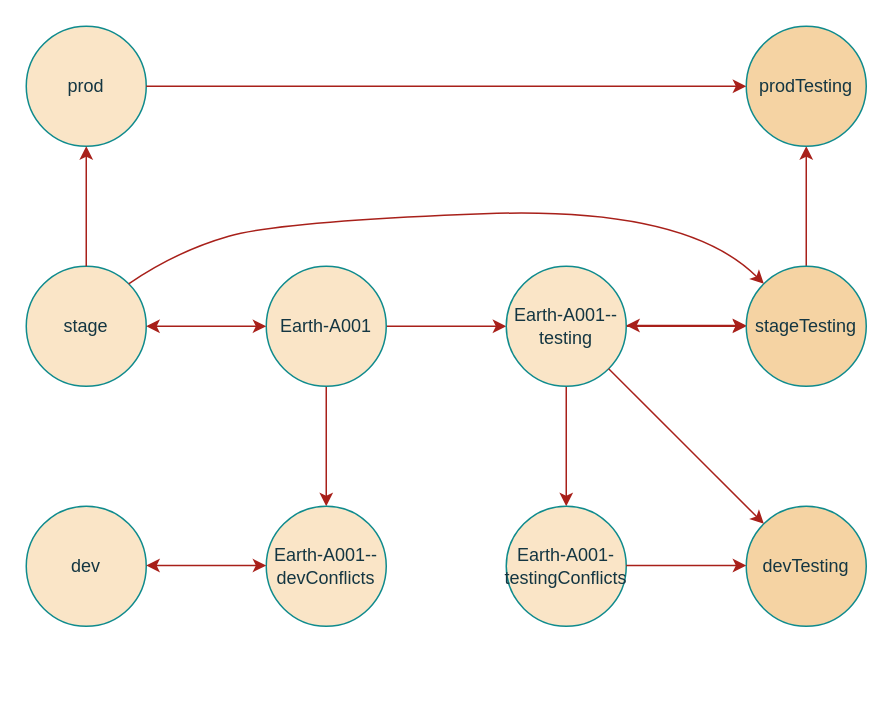
Above: branch.drawio in jprasuk112/Diagrams (draw.io), before the change. Source tidied: cells renumbered, new cells numbered last; positions are measured from the earlier drawing's top-left corner, leaving out a move shared by most shapes. Both pictures are drawn from the tidied source at 150%, with x=0, y=0 at pixel (26, 26).
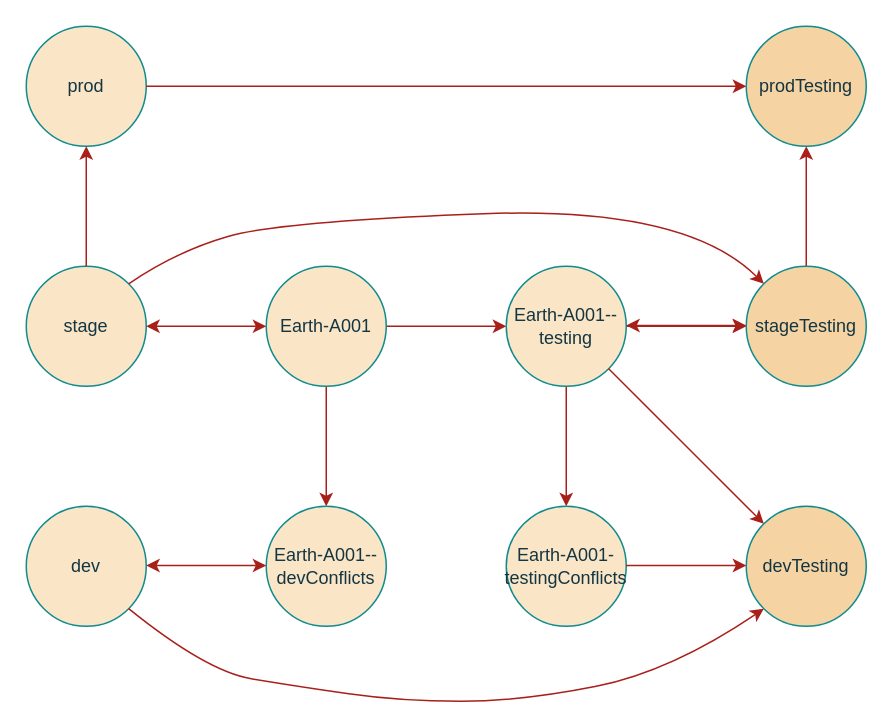
After the change.

Unchanged cells that the change refers to:
```xml
<mxCell id="4" value="dev" style="ellipse;whiteSpace=wrap;html=1;fillColor=#FAE5C7;strokeColor=#0F8B8D;labelBackgroundColor=none;fontColor=#143642;" parent="1" vertex="1">
  <mxGeometry y="320" width="80" height="80" as="geometry" />
</mxCell>
<mxCell id="17" value="dev&lt;span style=&quot;background-color: initial;&quot;&gt;Testing&lt;/span&gt;" style="ellipse;whiteSpace=wrap;html=1;labelBackgroundColor=none;fillColor=#F5D3A3;strokeColor=#0F8B8D;fontColor=#143642;" parent="1" vertex="1">
  <mxGeometry x="480" y="320" width="80" height="80" as="geometry" />
</mxCell>
```

The edit, as a diff of the source:
```diff
@@
+    <mxCell id="25" style="curved=1;endArrow=classic;html=1;rounded=0;exitX=1;exitY=1;exitDx=0;exitDy=0;labelBackgroundColor=none;strokeColor=#A8201A;fontColor=default;entryX=0;entryY=1;entryDx=0;entryDy=0;" parent="1" edge="1" source="4" target="17">
+      <mxGeometry relative="1" as="geometry">
+        <Array as="points">
+          <mxPoint x="120" y="430" />
+          <mxPoint x="180" y="440" />
+          <mxPoint x="250" y="450" />
+          <mxPoint x="330" y="450" />
+          <mxPoint x="430" y="430" />
+        </Array>
+      </mxGeometry>
+    </mxCell>
```
